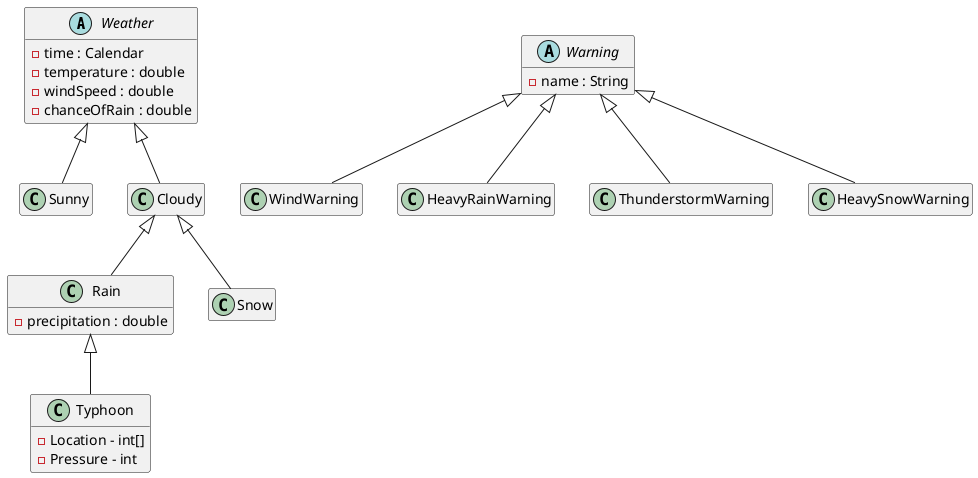
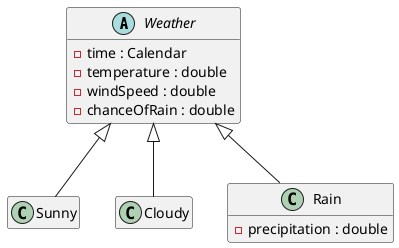
- @startuml
+ @startuml Weather
hide empty members

' 天気
- 
abstract class Weather {
    - time : Calendar
    - temperature : double
    - windSpeed : double
    - chanceOfRain : double
}

class Sunny {
}
class Cloudy {
}
class Rain {
    - precipitation : double
}
- class Snow {
- }
- class Typhoon {
-     - Location - int[]
-     - Pressure - int
- }

- 
- ' 警報
- 
- abstract class Warning {
-     - name : String
- }
- 
- class WindWarning {
- 
- }
- class HeavyRainWarning {
- 
- }
- class ThunderstormWarning {
- 
- }
- class HeavySnowWarning {
- 
- }

Weather <|-- Sunny
Weather <|-- Cloudy
- Cloudy <|-- Rain
- Cloudy <|-- Snow
- Rain <|-- Typhoon
+ Weather <|-- Rain

- Warning <|-- WindWarning
- Warning <|-- HeavyRainWarning
- Warning <|-- ThunderstormWarning
- Warning <|-- HeavySnowWarning

@enduml